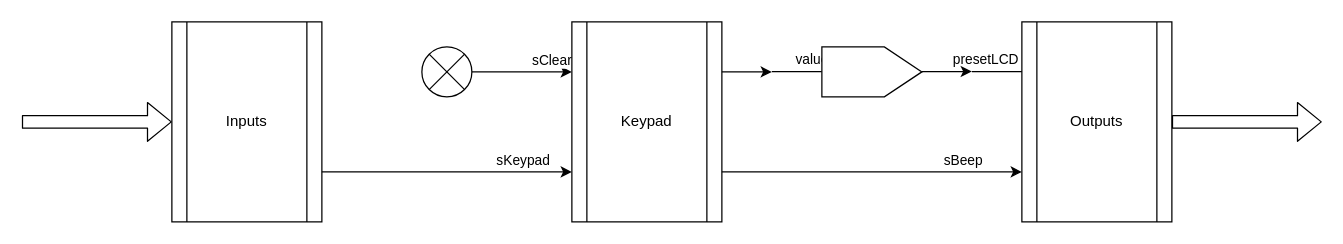
suzuki-taro-29/FRP-chap4-diagrams keeps this draw.io diagram as KeypadPump.drawio. Above is the earlier version. Source tidied: cells renumbered, new cells numbered last; positions are measured from the earlier drawing's top-left corner, leaving out a move shared by most shapes. Both pictures are drawn from the tidied source at 125%, with x=0, y=0 at pixel (21, 21).
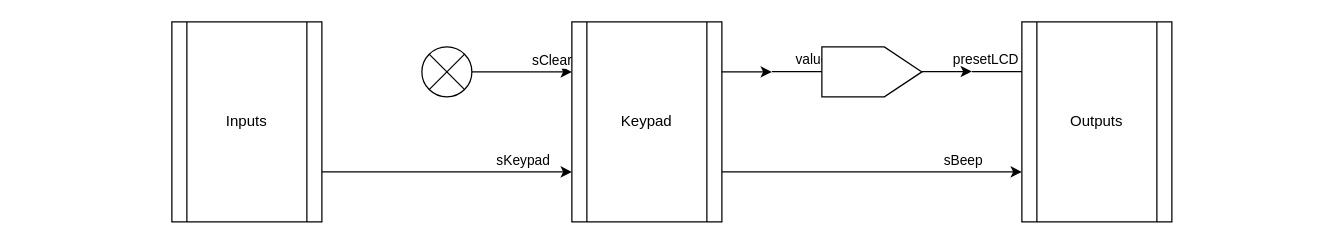
Above is the later version.

The change refers to these unchanged cells:
```xml
<mxCell id="2" value="Inputs" style="shape=process;whiteSpace=wrap;html=1;backgroundOutline=1;" parent="1" vertex="1">
  <mxGeometry x="120" width="120" height="160" as="geometry" />
</mxCell>
```

The edit, as a diff of the source:
```diff
@@
-    <mxCell id="4" style="shape=flexArrow;endArrow=classic;html=1;entryX=0;entryY=0.5;entryDx=0;entryDy=0;" parent="1" edge="1" target="2">
-      <mxGeometry relative="1" as="geometry">
-        <mxPoint y="80" as="sourcePoint" />
-      </mxGeometry>
-    </mxCell>
@@
-    <mxCell id="20" style="shape=flexArrow;endArrow=classic;html=1;" parent="1" edge="1">
-      <mxGeometry relative="1" as="geometry">
-        <mxPoint x="920" y="80" as="sourcePoint" />
-        <mxPoint x="1040" y="80" as="targetPoint" />
-      </mxGeometry>
-    </mxCell>
```
